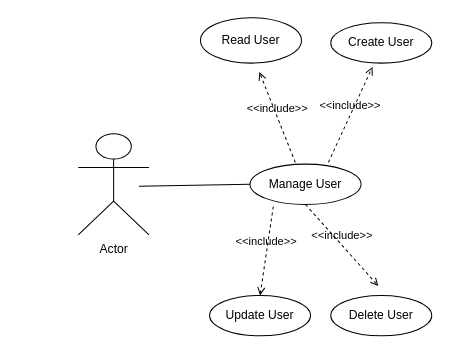
Above: Untitled Diagram.drawio in lordisrael/Stage3 (draw.io), before the change. Source tidied: cells renumbered, new cells numbered last; positions are measured from the earlier drawing's top-left corner, leaving out a move shared by most shapes. Both pictures are drawn from the tidied source at 101%, with x=0, y=0 at pixel (78, 17).
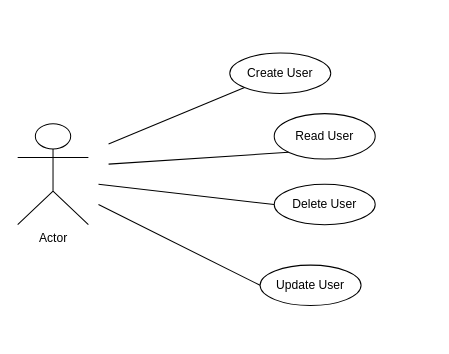
The same diagram, later.

What changed in the source:
```diff
@@
 <mxGraphModel>
   <root>
     <mxCell id="0" />
     <mxCell id="1" parent="0" />
     <mxCell id="2" value="Actor" style="shape=umlActor;verticalLabelPosition=bottom;verticalAlign=top;html=1;" parent="1" vertex="1">
-      <mxGeometry y="115" width="70" height="100" as="geometry" />
+      <mxGeometry x="-60" y="105" width="70" height="100" as="geometry" />
     </mxCell>
     <mxCell id="3" value="Create User" style="ellipse;whiteSpace=wrap;html=1;" parent="1" vertex="1">
-      <mxGeometry x="250" y="5" width="100" height="40" as="geometry" />
+      <mxGeometry x="150" y="35" width="100" height="40" as="geometry" />
     </mxCell>
-    <mxCell id="4" value="Manage User" style="ellipse;whiteSpace=wrap;html=1;" parent="1" vertex="1">
-      <mxGeometry x="170" y="145" width="110" height="40" as="geometry" />
-    </mxCell>
     <mxCell id="5" value="Delete User" style="ellipse;whiteSpace=wrap;html=1;" parent="1" vertex="1">
-      <mxGeometry x="250" y="275" width="100" height="40" as="geometry" />
+      <mxGeometry x="194" y="165" width="100" height="40" as="geometry" />
     </mxCell>
-    <mxCell id="6" style="endArrow=none;html=1;rounded=0;entryX=0;entryY=0.5;entryDx=0;entryDy=0;" parent="1" edge="1" target="4">
-      <mxGeometry relative="1" as="geometry">
-        <mxPoint x="60" y="167" as="sourcePoint" />
-      </mxGeometry>
-    </mxCell>
     <mxCell id="7" value="Read User" style="ellipse;whiteSpace=wrap;html=1;" parent="1" vertex="1">
-      <mxGeometry x="121" width="100" height="45" as="geometry" />
+      <mxGeometry x="194" y="95" width="100" height="45" as="geometry" />
     </mxCell>
     <mxCell id="8" value="Update User" style="ellipse;whiteSpace=wrap;html=1;" parent="1" vertex="1">
-      <mxGeometry x="130" y="275" width="100" height="40" as="geometry" />
+      <mxGeometry x="180" y="245" width="100" height="40" as="geometry" />
     </mxCell>
-    <mxCell id="9" value="&amp;lt;&amp;lt;include&amp;gt;&amp;gt;" style="html=1;verticalAlign=bottom;labelBackgroundColor=none;endArrow=open;endFill=0;dashed=1;rounded=0;entryX=0.583;entryY=1.196;entryDx=0;entryDy=0;entryPerimeter=0;exitX=0.408;exitY=-0.043;exitDx=0;exitDy=0;exitPerimeter=0;" parent="1" edge="1" source="4" target="7">
-      <mxGeometry relative="1" as="geometry" />
-    </mxCell>
-    <mxCell id="10" value="&amp;lt;&amp;lt;include&amp;gt;&amp;gt;" style="html=1;verticalAlign=bottom;labelBackgroundColor=none;endArrow=open;endFill=0;dashed=1;rounded=0;exitX=0.706;exitY=-0.043;exitDx=0;exitDy=0;exitPerimeter=0;entryX=0.413;entryY=1.093;entryDx=0;entryDy=0;entryPerimeter=0;" parent="1" edge="1" source="4" target="3">
-      <mxGeometry relative="1" as="geometry" />
-    </mxCell>
-    <mxCell id="11" value="&amp;lt;&amp;lt;include&amp;gt;&amp;gt;" style="html=1;verticalAlign=bottom;labelBackgroundColor=none;endArrow=open;endFill=0;dashed=1;rounded=0;entryX=0.5;entryY=0;entryDx=0;entryDy=0;exitX=0.21;exitY=1.048;exitDx=0;exitDy=0;exitPerimeter=0;" parent="1" edge="1" source="4" target="8">
-      <mxGeometry relative="1" as="geometry" />
-    </mxCell>
-    <mxCell id="12" value="&amp;lt;&amp;lt;include&amp;gt;&amp;gt;" style="html=1;verticalAlign=bottom;labelBackgroundColor=none;endArrow=open;endFill=0;dashed=1;rounded=0;exitX=0.5;exitY=1;exitDx=0;exitDy=0;entryX=0.471;entryY=-0.234;entryDx=0;entryDy=0;entryPerimeter=0;" parent="1" edge="1" source="4" target="5">
-      <mxGeometry relative="1" as="geometry" />
-    </mxCell>
+    <mxCell id="13" style="endArrow=none;html=1;rounded=0;entryX=0;entryY=1;entryDx=0;entryDy=0;" parent="1" edge="1" target="3">
+      <mxGeometry relative="1" as="geometry">
+        <mxPoint x="30" y="125" as="sourcePoint" />
+      </mxGeometry>
+    </mxCell>
+    <mxCell id="14" style="endArrow=none;html=1;rounded=0;entryX=0;entryY=1;entryDx=0;entryDy=0;" parent="1" edge="1" target="7">
+      <mxGeometry relative="1" as="geometry">
+        <mxPoint x="30" y="145" as="sourcePoint" />
+      </mxGeometry>
+    </mxCell>
+    <mxCell id="15" style="endArrow=none;html=1;rounded=0;entryX=0;entryY=0.5;entryDx=0;entryDy=0;" parent="1" edge="1" target="5">
+      <mxGeometry relative="1" as="geometry">
+        <mxPoint x="20" y="165" as="sourcePoint" />
+      </mxGeometry>
+    </mxCell>
+    <mxCell id="16" style="endArrow=none;html=1;rounded=0;entryX=0;entryY=0.5;entryDx=0;entryDy=0;" parent="1" edge="1" target="8">
+      <mxGeometry relative="1" as="geometry">
+        <mxPoint x="20" y="185" as="sourcePoint" />
+      </mxGeometry>
+    </mxCell>
   </root>
 </mxGraphModel>
```
